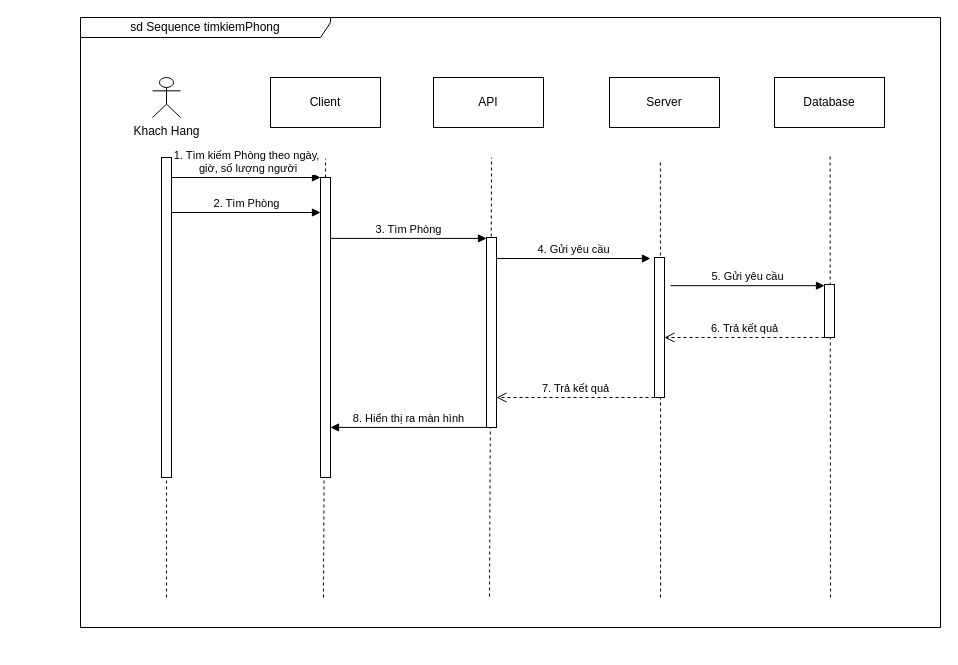
Before: page "Page-5" (5 of 12) of Chi/sd Sequence capnhatHoso.drawio.xml in KMA-TTCS-Nhom32/documents, a draw.io diagram. Source tidied: cells renumbered, new cells numbered last; positions are measured from the earlier drawing's top-left corner, leaving out a move shared by most shapes. Both pictures are drawn from the tidied source at 100%, with x=0, y=0 at pixel (80, 17).
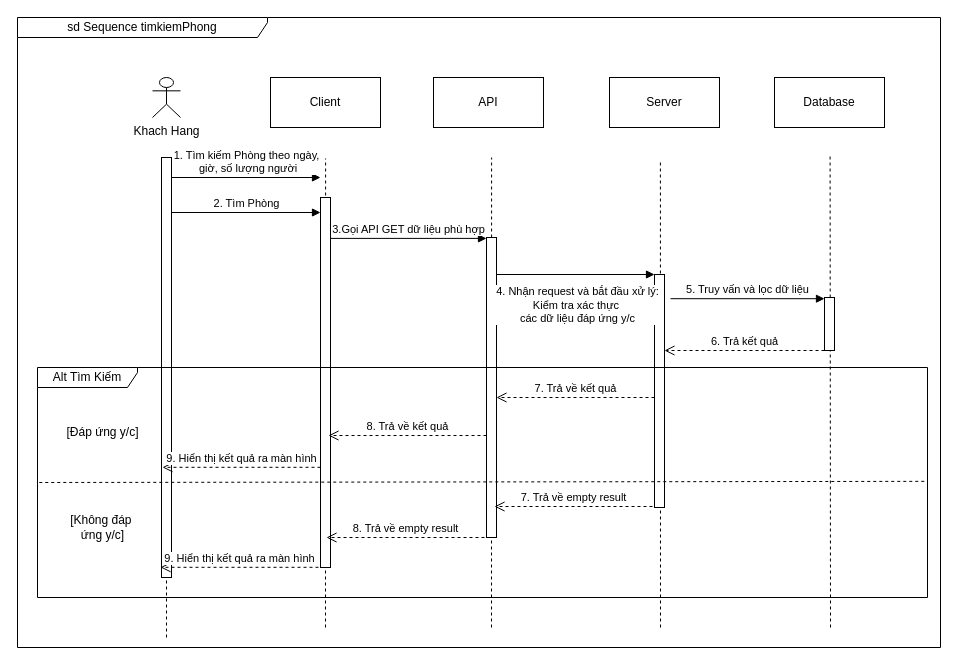
Above is the later version.

Change to the diagram source:
```diff
@@
     <mxCell id="3" style="endArrow=none;dashed=1;html=1;rounded=0;entryX=0.515;entryY=1.033;entryDx=0;entryDy=0;entryPerimeter=0;" parent="1" edge="1">
       <mxGeometry relative="1" as="geometry">
-        <mxPoint x="243" y="580" as="sourcePoint" />
+        <mxPoint x="245" y="610" as="sourcePoint" />
         <mxPoint x="245.1" y="141" as="targetPoint" />
       </mxGeometry>
     </mxCell>
@@
     <mxCell id="5" style="endArrow=none;dashed=1;html=1;rounded=0;entryX=0.492;entryY=1.1;entryDx=0;entryDy=0;entryPerimeter=0;" parent="1" edge="1">
       <mxGeometry relative="1" as="geometry">
-        <mxPoint x="580" y="580" as="sourcePoint" />
+        <mxPoint x="580" y="610" as="sourcePoint" />
         <mxPoint x="579.9" y="144" as="targetPoint" />
       </mxGeometry>
     </mxCell>
     <mxCell id="6" style="html=1;perimeter=orthogonalPerimeter;targetShapes=umlLifeline;newEdgeStyle={&quot;curved&quot;:0,&quot;rounded&quot;:0};" parent="1" vertex="1">
-      <mxGeometry x="240" y="160" width="10" height="300" as="geometry" />
+      <mxGeometry x="240" y="180" width="10" height="370" as="geometry" />
     </mxCell>
     <mxCell id="7" style="html=1;perimeter=orthogonalPerimeter;targetShapes=umlLifeline;newEdgeStyle={&quot;curved&quot;:0,&quot;rounded&quot;:0};" parent="1" vertex="1">
-      <mxGeometry x="574" y="240" width="10" height="140" as="geometry" />
+      <mxGeometry x="574" y="257" width="10" height="233" as="geometry" />
     </mxCell>
     <mxCell id="8" style="endArrow=none;dashed=1;html=1;rounded=0;entryX=0.52;entryY=0.967;entryDx=0;entryDy=0;entryPerimeter=0;" parent="1" edge="1">
       <mxGeometry relative="1" as="geometry">
-        <mxPoint x="750" y="580" as="sourcePoint" />
+        <mxPoint x="750" y="610" as="sourcePoint" />
         <mxPoint x="749.6" y="139" as="targetPoint" />
       </mxGeometry>
     </mxCell>
     <mxCell id="9" value="sd Sequence timkiemPhong" style="shape=umlFrame;whiteSpace=wrap;html=1;width=250;height=20;" parent="1" vertex="1">
-      <mxGeometry width="860" height="610" as="geometry" />
+      <mxGeometry x="-63" width="923" height="630" as="geometry" />
     </mxCell>
@@
     <mxCell id="14" style="endArrow=none;dashed=1;html=1;rounded=0;" parent="1" edge="1">
       <mxGeometry relative="1" as="geometry">
-        <mxPoint x="86" y="580" as="sourcePoint" />
+        <mxPoint x="86" y="620" as="sourcePoint" />
         <mxPoint x="86" y="140" as="targetPoint" />
       </mxGeometry>
     </mxCell>
     <mxCell id="15" style="html=1;perimeter=orthogonalPerimeter;targetShapes=umlLifeline;newEdgeStyle={&quot;curved&quot;:0,&quot;rounded&quot;:0};" parent="1" vertex="1">
-      <mxGeometry x="81" y="140" width="10" height="320" as="geometry" />
+      <mxGeometry x="81" y="140" width="10" height="420" as="geometry" />
     </mxCell>
@@
     <mxCell id="17" style="endArrow=none;dashed=1;html=1;rounded=0;entryX=0.515;entryY=1.033;entryDx=0;entryDy=0;entryPerimeter=0;" parent="1" edge="1">
       <mxGeometry relative="1" as="geometry">
-        <mxPoint x="409" y="579" as="sourcePoint" />
+        <mxPoint x="411" y="610" as="sourcePoint" />
         <mxPoint x="411.1" y="140" as="targetPoint" />
       </mxGeometry>
     </mxCell>
     <mxCell id="18" style="html=1;perimeter=orthogonalPerimeter;targetShapes=umlLifeline;newEdgeStyle={&quot;curved&quot;:0,&quot;rounded&quot;:0};" parent="1" vertex="1">
-      <mxGeometry x="406" y="220" width="10" height="190" as="geometry" />
+      <mxGeometry x="406" y="220" width="10" height="300" as="geometry" />
     </mxCell>
@@
-    <mxCell id="20" value="3. Tìm Phòng" style="html=1;verticalAlign=bottom;endArrow=block;curved=0;rounded=0;exitX=1;exitY=0.371;exitDx=0;exitDy=0;exitPerimeter=0;" parent="1" edge="1">
+    <mxCell id="20" value="3.Gọi API GET dữ liệu phù hợp" style="html=1;verticalAlign=bottom;endArrow=block;curved=0;rounded=0;exitX=1;exitY=0.371;exitDx=0;exitDy=0;exitPerimeter=0;" parent="1" edge="1">
       <mxGeometry relative="1" as="geometry">
         <mxPoint x="250" y="220.9" as="sourcePoint" />
         <mxPoint x="406" y="220.9" as="targetPoint" />
       </mxGeometry>
     </mxCell>
-    <mxCell id="21" value="4. Gửi yêu cầu" style="html=1;verticalAlign=bottom;endArrow=block;curved=0;rounded=0;entryX=-0.4;entryY=0.08;entryDx=0;entryDy=0;entryPerimeter=0;" parent="1" edge="1">
-      <mxGeometry relative="1" as="geometry">
-        <mxPoint x="416" y="241" as="sourcePoint" />
-        <mxPoint x="570" y="241" as="targetPoint" />
+    <mxCell id="21" value="&lt;div&gt;4. Nhận request và bắt đầu xử lý: &lt;br&gt;&lt;/div&gt;&lt;div&gt;Kiểm tra xác thực&amp;nbsp;&lt;/div&gt;&lt;div&gt;&lt;div&gt;các dữ liệu đáp ứng y/c&lt;br&gt;&lt;/div&gt;&lt;/div&gt;" style="html=1;verticalAlign=bottom;endArrow=block;curved=0;rounded=0;entryX=0;entryY=0;entryDx=0;entryDy=5;entryPerimeter=0;" parent="1" edge="1">
+      <mxGeometry x="0.03" y="-53" relative="1" as="geometry">
+        <mxPoint x="416" y="257" as="sourcePoint" />
+        <mxPoint x="574" y="257" as="targetPoint" />
       </mxGeometry>
     </mxCell>
-    <mxCell id="22" value="5. Gửi yêu cầu" style="html=1;verticalAlign=bottom;endArrow=block;curved=0;rounded=0;exitX=1.6;exitY=0.28;exitDx=0;exitDy=0;exitPerimeter=0;" parent="1" edge="1">
+    <mxCell id="22" value="5. Truy vấn và lọc dữ liệu" style="html=1;verticalAlign=bottom;endArrow=block;curved=0;rounded=0;exitX=1.6;exitY=0.28;exitDx=0;exitDy=0;exitPerimeter=0;" parent="1" edge="1">
       <mxGeometry relative="1" as="geometry">
-        <mxPoint x="590" y="268.2" as="sourcePoint" />
-        <mxPoint x="744" y="268.2" as="targetPoint" />
+        <mxPoint x="590" y="281.2" as="sourcePoint" />
+        <mxPoint x="744" y="281.2" as="targetPoint" />
       </mxGeometry>
     </mxCell>
     <mxCell id="23" style="html=1;perimeter=orthogonalPerimeter;targetShapes=umlLifeline;newEdgeStyle={&quot;curved&quot;:0,&quot;rounded&quot;:0};" parent="1" vertex="1">
-      <mxGeometry x="744" y="267" width="10" height="53" as="geometry" />
+      <mxGeometry x="744" y="280" width="10" height="53" as="geometry" />
     </mxCell>
     <mxCell id="24" value="6. Trả kết quả" style="html=1;verticalAlign=bottom;endArrow=open;dashed=1;endSize=8;curved=0;rounded=0;exitX=0;exitY=1;exitDx=0;exitDy=-5;exitPerimeter=0;" parent="1" edge="1">
       <mxGeometry relative="1" as="geometry">
-        <mxPoint x="744" y="320" as="sourcePoint" />
-        <mxPoint x="584" y="320" as="targetPoint" />
+        <mxPoint x="744" y="333" as="sourcePoint" />
+        <mxPoint x="584" y="333" as="targetPoint" />
       </mxGeometry>
     </mxCell>
-    <mxCell id="25" value="7. Trả kết quả" style="html=1;verticalAlign=bottom;endArrow=open;dashed=1;endSize=8;curved=0;rounded=0;" parent="1" edge="1">
+    <mxCell id="25" value="7. Trả về kết quả" style="html=1;verticalAlign=bottom;endArrow=open;dashed=1;endSize=8;curved=0;rounded=0;" parent="1" edge="1">
       <mxGeometry relative="1" as="geometry">
         <mxPoint x="574" y="380" as="sourcePoint" />
         <mxPoint x="416" y="380" as="targetPoint" />
       </mxGeometry>
     </mxCell>
-    <mxCell id="26" value="8. Hiển thị ra màn hình" style="html=1;verticalAlign=bottom;endArrow=block;curved=0;rounded=0;entryX=1;entryY=0.771;entryDx=0;entryDy=0;entryPerimeter=0;" parent="1" edge="1">
-      <mxGeometry relative="1" as="geometry">
-        <mxPoint x="406" y="409.9" as="sourcePoint" />
-        <mxPoint x="250" y="409.9" as="targetPoint" />
-      </mxGeometry>
-    </mxCell>
+    <mxCell id="27" value="8. Trả về kết quả" style="html=1;verticalAlign=bottom;endArrow=open;dashed=1;endSize=8;curved=0;rounded=0;" parent="1" edge="1">
+      <mxGeometry relative="1" as="geometry">
+        <mxPoint x="406" y="418" as="sourcePoint" />
+        <mxPoint x="248" y="418" as="targetPoint" />
+      </mxGeometry>
+    </mxCell>
+    <mxCell id="28" value="9. Hiển thị kết quả ra màn hình" style="html=1;verticalAlign=bottom;endArrow=open;dashed=1;endSize=8;curved=0;rounded=0;" parent="1" edge="1">
+      <mxGeometry relative="1" as="geometry">
+        <mxPoint x="240" y="449.8" as="sourcePoint" />
+        <mxPoint x="82" y="449.8" as="targetPoint" />
+      </mxGeometry>
+    </mxCell>
+    <mxCell id="29" value="Alt Tìm Kiếm" style="shape=umlFrame;whiteSpace=wrap;html=1;width=100;height=20;" parent="1" vertex="1">
+      <mxGeometry x="-43" y="350" width="890" height="230" as="geometry" />
+    </mxCell>
+    <mxCell id="30" value="[Đáp ứng y/c]" style="text;html=1;align=center;verticalAlign=middle;strokeColor=none;fillColor=none;" parent="1" vertex="1">
+      <mxGeometry x="-28" y="400" width="100" height="30" as="geometry" />
+    </mxCell>
+    <mxCell id="31" style="endArrow=none;dashed=1;html=1;rounded=0;entryX=0.999;entryY=0.495;entryDx=0;entryDy=0;entryPerimeter=0;exitX=0.002;exitY=0.5;exitDx=0;exitDy=0;exitPerimeter=0;" parent="1" edge="1" source="29" target="29">
+      <mxGeometry relative="1" as="geometry" />
+    </mxCell>
+    <mxCell id="32" value="7. Trả về empty result" style="html=1;verticalAlign=bottom;endArrow=open;dashed=1;endSize=8;curved=0;rounded=0;" parent="1" edge="1">
+      <mxGeometry relative="1" as="geometry">
+        <mxPoint x="572" y="489" as="sourcePoint" />
+        <mxPoint x="414" y="489" as="targetPoint" />
+      </mxGeometry>
+    </mxCell>
+    <mxCell id="33" value="8. Trả về empty result" style="html=1;verticalAlign=bottom;endArrow=open;dashed=1;endSize=8;curved=0;rounded=0;" parent="1" edge="1">
+      <mxGeometry relative="1" as="geometry">
+        <mxPoint x="404" y="520" as="sourcePoint" />
+        <mxPoint x="246" y="520" as="targetPoint" />
+      </mxGeometry>
+    </mxCell>
+    <mxCell id="34" value="9. Hiển thị kết quả ra màn hình" style="html=1;verticalAlign=bottom;endArrow=open;dashed=1;endSize=8;curved=0;rounded=0;" parent="1" edge="1">
+      <mxGeometry relative="1" as="geometry">
+        <mxPoint x="238" y="549.8" as="sourcePoint" />
+        <mxPoint x="80" y="549.8" as="targetPoint" />
+      </mxGeometry>
+    </mxCell>
+    <mxCell id="35" value="&lt;div&gt;[Không đáp&amp;nbsp;&lt;/div&gt;&lt;div&gt;ứng y/c]&lt;/div&gt;" style="text;html=1;align=center;verticalAlign=middle;strokeColor=none;fillColor=none;" parent="1" vertex="1">
+      <mxGeometry x="-23" y="490" width="90" height="40" as="geometry" />
+    </mxCell>
```
